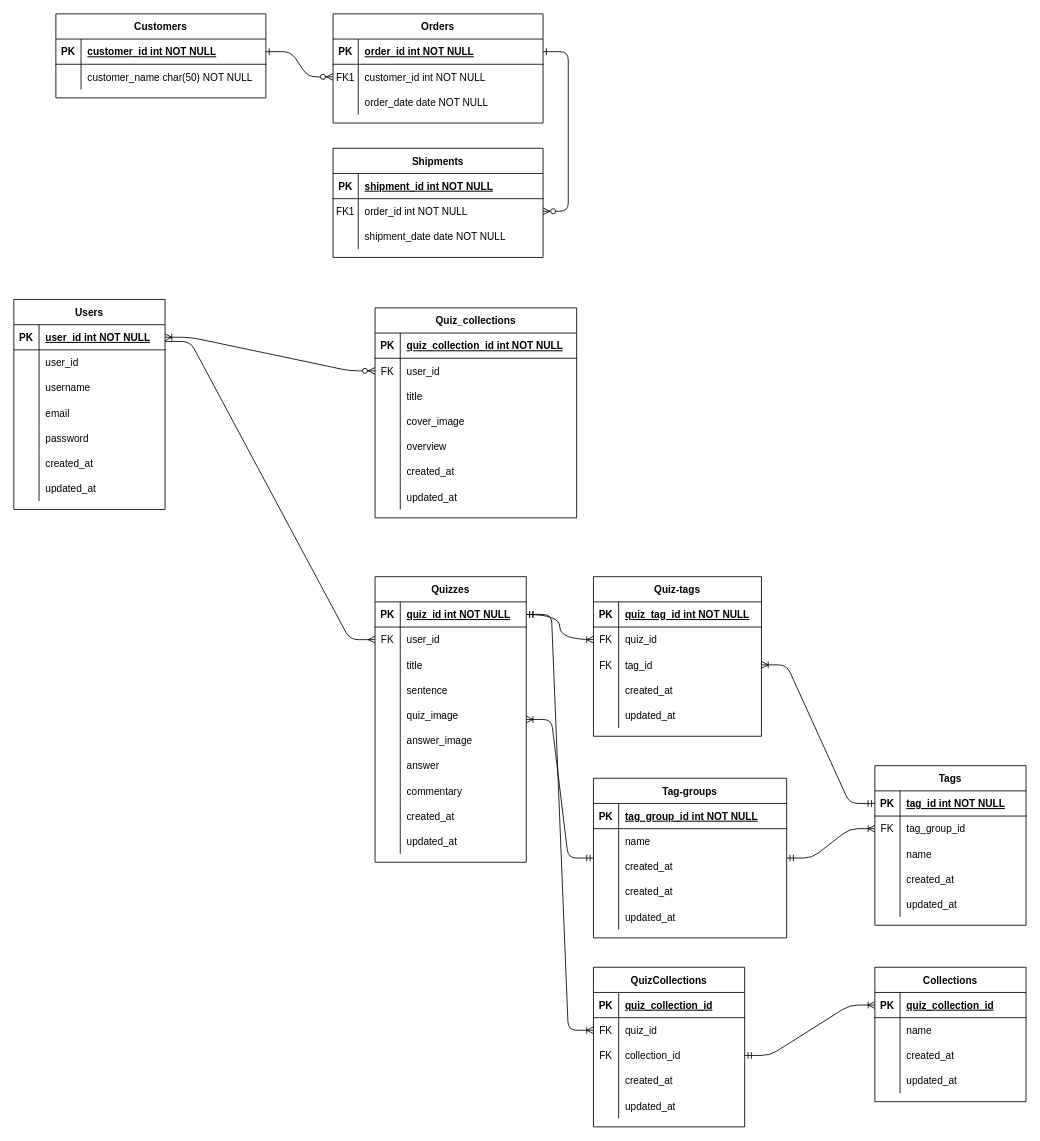
Earlier version of the draw.io diagram 名称未設定ファイル.drawio (blue-drill/kurenai-dorill.github.io). Source tidied: cells renumbered, new cells numbered last; positions are measured from the earlier drawing's top-left corner, leaving out a move shared by most shapes. Both pictures are drawn from the tidied source at 84%, with x=0, y=0 at pixel (13, 13).
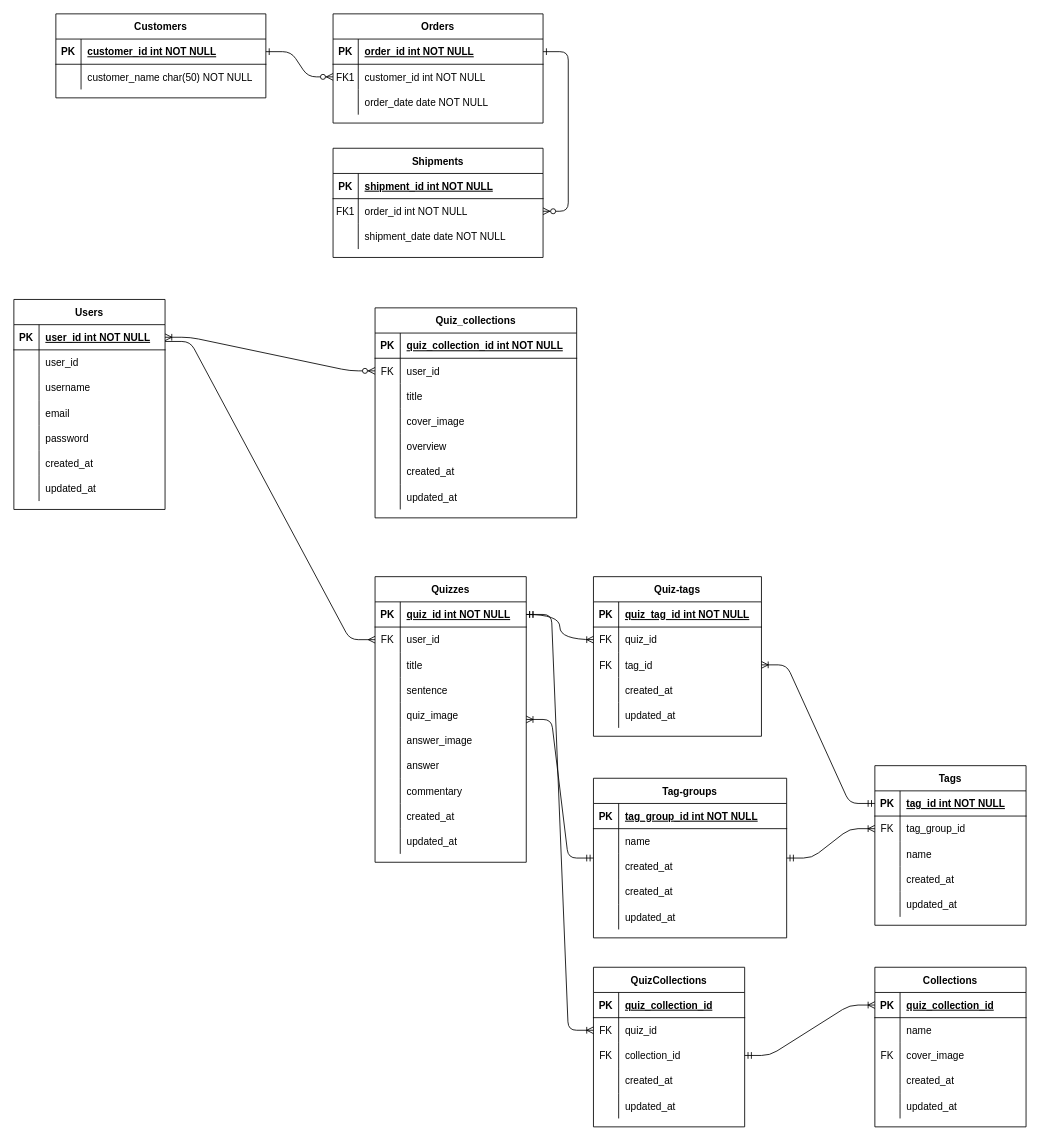
Above is the later version.

Commit message:
名称未設定ファイル.drawio を更新します

Diff of the diagram source:
```diff
@@
     <mxCell id="160" value="Collections" style="shape=table;startSize=30;childLayout=tableLayout;rowLines=0;fontStyle=1;align=center;" parent="1" vertex="1">
-      <mxGeometry x="1025" y="1135" width="180" height="160" as="geometry" />
+      <mxGeometry x="1025" y="1135" width="180" height="190" as="geometry" />
     </mxCell>
@@
+    <mxCell id="191" style="shape=partialRectangle;fillColor=none;top=0;left=0;bottom=0;right=0;" parent="160" vertex="1">
+      <mxGeometry y="90" width="180" height="30" as="geometry" />
+    </mxCell>
+    <mxCell id="192" value="FK" style="shape=partialRectangle;fillColor=none;top=0;left=0;bottom=0;right=0;overflow=hidden;" parent="191" vertex="1">
+      <mxGeometry width="30" height="30" as="geometry" />
+    </mxCell>
+    <mxCell id="193" value="cover_image" style="shape=partialRectangle;fillColor=none;top=0;left=0;bottom=0;right=0;align=left;spacingLeft=6;overflow=hidden;" parent="191" vertex="1">
+      <mxGeometry x="30" width="150" height="30" as="geometry" />
+    </mxCell>
     <mxCell id="167" style="shape=partialRectangle;fillColor=none;top=0;left=0;bottom=0;right=0;" parent="160" vertex="1">
-      <mxGeometry y="90" width="180" height="30" as="geometry" />
+      <mxGeometry y="120" width="180" height="30" as="geometry" />
     </mxCell>
@@
     <mxCell id="170" style="shape=partialRectangle;fillColor=none;top=0;left=0;bottom=0;right=0;" parent="160" vertex="1">
-      <mxGeometry y="120" width="180" height="30" as="geometry" />
+      <mxGeometry y="150" width="180" height="30" as="geometry" />
     </mxCell>
```
